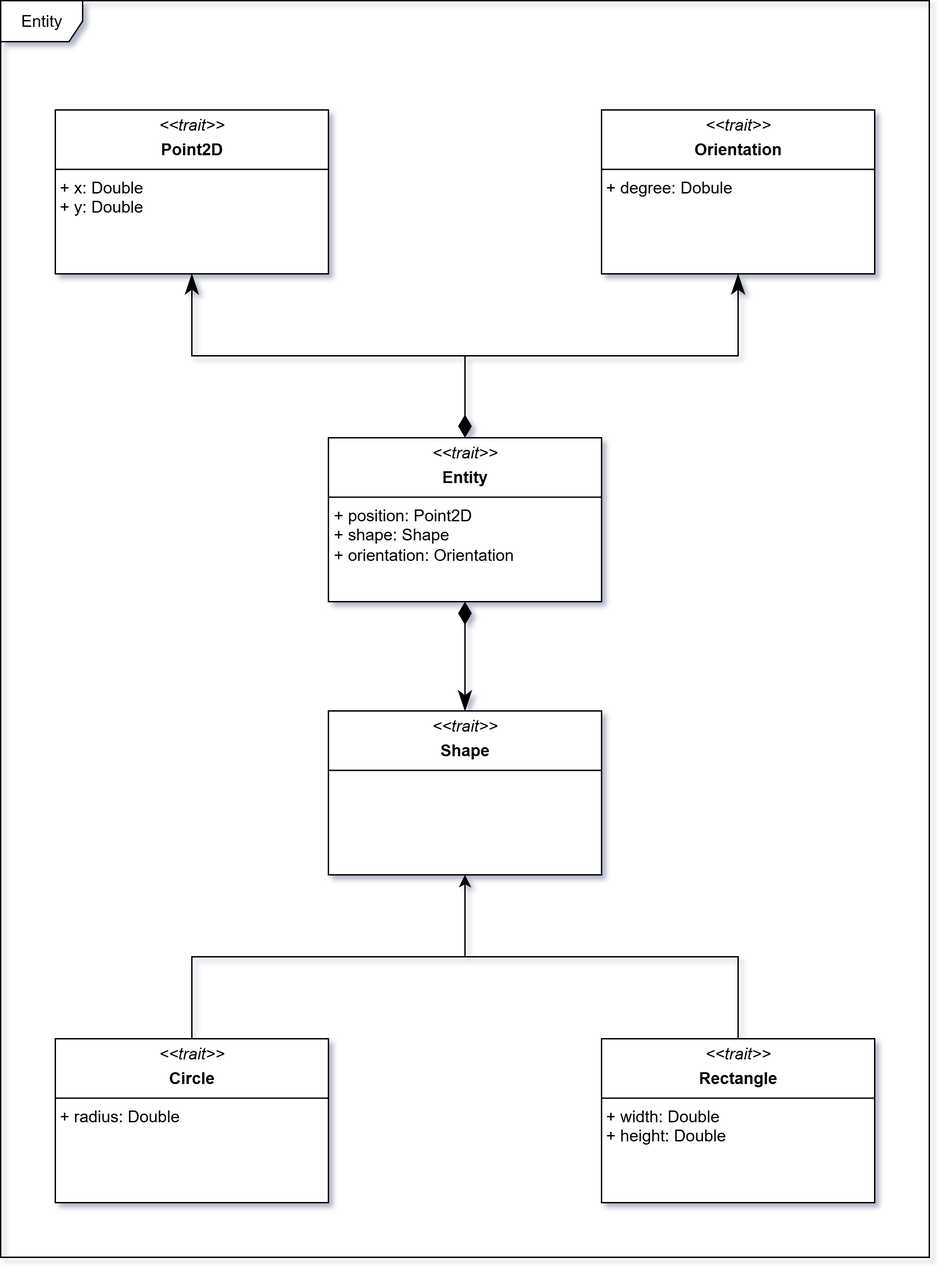
Before: docs/static/img/04-detailed-design/entity.png, a diagram exported from draw.io (Scala-Robotics-Simulator/PPS-22-srs). Source tidied: cells renumbered, new cells last; positions are measured from the earlier drawing's top-left corner, leaving out a move shared by most shapes.
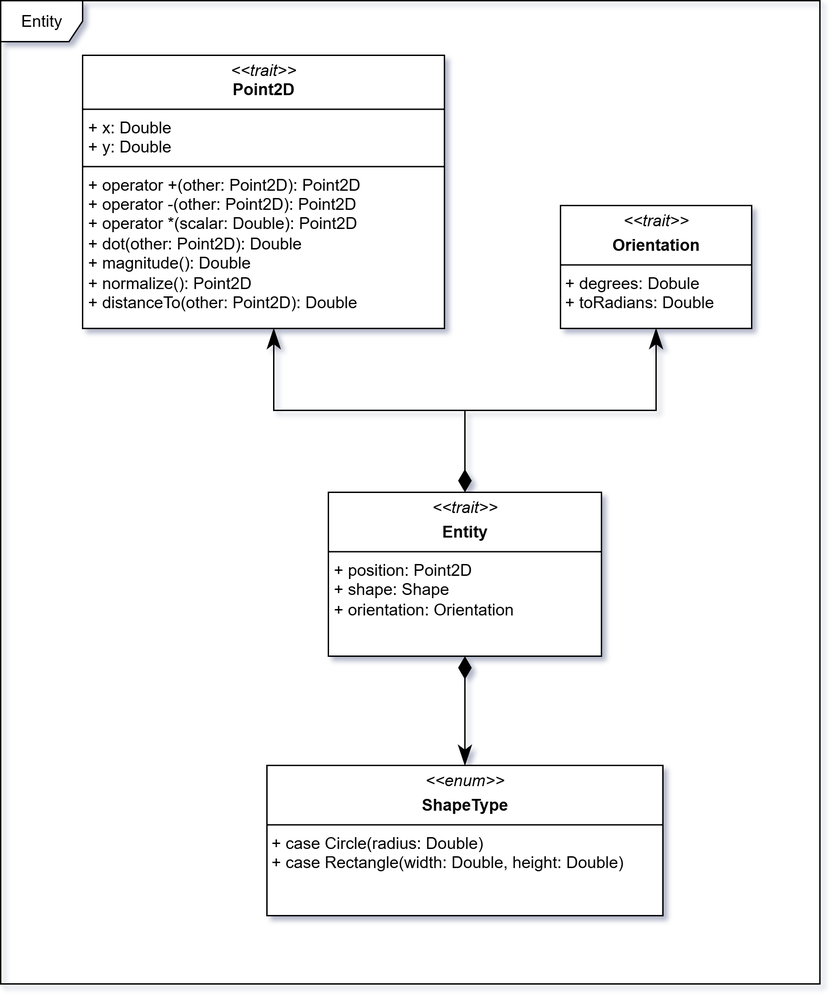
The same file after the commit.

What changed in the source:
```diff
@@ -2,51 +2,40 @@
   <root>
     <mxCell id="0" />
     <mxCell id="1" parent="0" />
-    <mxCell id="2" value="&lt;p style=&quot;margin:0px;margin-top:4px;text-align:center;&quot;&gt;&lt;i&gt;&amp;lt;&amp;lt;trait&amp;gt;&amp;gt;&lt;/i&gt;&lt;/p&gt;&lt;p style=&quot;margin:0px;margin-top:4px;text-align:center;&quot;&gt;&lt;b&gt;Shape&lt;/b&gt;&lt;/p&gt;&lt;hr size=&quot;1&quot; style=&quot;border-style:solid;&quot;&gt;&amp;nbsp;" style="verticalAlign=top;align=left;overflow=fill;html=1;whiteSpace=wrap;" parent="1" vertex="1">
-      <mxGeometry x="240" y="520" width="200" height="120" as="geometry" />
+    <mxCell id="2" value="&lt;p style=&quot;margin:0px;margin-top:4px;text-align:center;&quot;&gt;&lt;i&gt;&amp;lt;&amp;lt;enum&amp;gt;&amp;gt;&lt;/i&gt;&lt;/p&gt;&lt;p style=&quot;margin:0px;margin-top:4px;text-align:center;&quot;&gt;&lt;b&gt;ShapeType&lt;/b&gt;&lt;/p&gt;&lt;hr size=&quot;1&quot; style=&quot;border-style:solid;&quot;&gt;&amp;nbsp;+ case Circle(radius: Double)&lt;div&gt;&amp;nbsp;+ case Rectangle(width: Double, height: Double)&lt;/div&gt;" style="verticalAlign=top;align=left;overflow=fill;html=1;whiteSpace=wrap;" parent="1" vertex="1">
+      <mxGeometry x="195" y="520" width="290" height="110" as="geometry" />
     </mxCell>
-    <mxCell id="3" style="edgeStyle=orthogonalEdgeStyle;rounded=0;jettySize=auto;html=1;entryX=0.5;entryY=1;entryDx=0;entryDy=0;" parent="1" edge="1" source="4" target="2">
-      <mxGeometry relative="1" as="geometry" />
+    <mxCell id="3" value="&lt;p style=&quot;margin:0px;margin-top:4px;text-align:center;&quot;&gt;&lt;i&gt;&amp;lt;&amp;lt;trait&amp;gt;&amp;gt;&lt;/i&gt;&lt;/p&gt;&lt;p style=&quot;margin:0px;margin-top:4px;text-align:center;&quot;&gt;&lt;b&gt;Entity&lt;/b&gt;&lt;/p&gt;&lt;hr size=&quot;1&quot; style=&quot;border-style:solid;&quot;&gt;&lt;p style=&quot;margin:0px;margin-left:4px;&quot;&gt;+ position: Point2D&lt;/p&gt;&lt;p style=&quot;margin:0px;margin-left:4px;&quot;&gt;+ shape: Shape&lt;/p&gt;&lt;p style=&quot;margin:0px;margin-left:4px;&quot;&gt;+ orientation: Orientation&lt;/p&gt;" style="verticalAlign=top;align=left;overflow=fill;html=1;whiteSpace=wrap;" parent="1" vertex="1">
+      <mxGeometry x="240" y="320" width="200" height="120" as="geometry" />
     </mxCell>
-    <mxCell id="4" value="&lt;p style=&quot;margin:0px;margin-top:4px;text-align:center;&quot;&gt;&lt;i&gt;&amp;lt;&amp;lt;trait&amp;gt;&amp;gt;&lt;/i&gt;&lt;/p&gt;&lt;p style=&quot;margin:0px;margin-top:4px;text-align:center;&quot;&gt;&lt;b&gt;Circle&lt;/b&gt;&lt;/p&gt;&lt;hr size=&quot;1&quot; style=&quot;border-style:solid;&quot;&gt;&amp;nbsp;+ radius: Double" style="verticalAlign=top;align=left;overflow=fill;html=1;whiteSpace=wrap;" parent="1" vertex="1">
-      <mxGeometry x="40" y="760" width="200" height="120" as="geometry" />
+    <mxCell id="4" style="edgeStyle=orthogonalEdgeStyle;rounded=0;jettySize=auto;html=1;endArrow=none;endFill=0;startArrow=classicThin;startFill=1;startSize=12;endSize=12;exitX=0.5;exitY=1;exitDx=0;exitDy=0;" parent="1" edge="1" source="5">
+      <mxGeometry relative="1" as="geometry">
+        <mxPoint x="340" y="260" as="targetPoint" />
+        <Array as="points">
+          <mxPoint x="480" y="200" />
+          <mxPoint x="480" y="260" />
+        </Array>
+      </mxGeometry>
     </mxCell>
-    <mxCell id="5" style="edgeStyle=orthogonalEdgeStyle;rounded=0;jettySize=auto;html=1;exitX=0.5;exitY=0;exitDx=0;exitDy=0;endArrow=none;endFill=0;" parent="1" edge="1" source="6">
-      <mxGeometry relative="1" as="geometry">
-        <mxPoint x="340" y="700" as="targetPoint" />
-        <Array as="points">
-          <mxPoint x="540" y="700" />
-        </Array>
-      </mxGeometry>
+    <mxCell id="5" value="&lt;p style=&quot;margin:0px;margin-top:4px;text-align:center;&quot;&gt;&lt;i&gt;&amp;lt;&amp;lt;trait&amp;gt;&amp;gt;&lt;/i&gt;&lt;/p&gt;&lt;p style=&quot;margin:0px;margin-top:4px;text-align:center;&quot;&gt;&lt;b&gt;Orientation&lt;/b&gt;&lt;/p&gt;&lt;hr size=&quot;1&quot; style=&quot;border-style:solid;&quot;&gt;&amp;nbsp;+ degrees: Dobule&lt;div&gt;&amp;nbsp;+ toRadians: Double&amp;nbsp;&lt;/div&gt;" style="verticalAlign=top;align=left;overflow=fill;html=1;whiteSpace=wrap;" parent="1" vertex="1">
+      <mxGeometry x="410" y="110" width="140" height="90" as="geometry" />
     </mxCell>
-    <mxCell id="6" value="&lt;p style=&quot;margin:0px;margin-top:4px;text-align:center;&quot;&gt;&lt;i&gt;&amp;lt;&amp;lt;trait&amp;gt;&amp;gt;&lt;/i&gt;&lt;/p&gt;&lt;p style=&quot;margin:0px;margin-top:4px;text-align:center;&quot;&gt;&lt;b&gt;Rectangle&lt;/b&gt;&lt;/p&gt;&lt;hr size=&quot;1&quot; style=&quot;border-style:solid;&quot;&gt;&lt;div&gt;&amp;nbsp;+ width: Double&lt;/div&gt;&lt;div&gt;&amp;nbsp;+ height: Double&lt;/div&gt;" style="verticalAlign=top;align=left;overflow=fill;html=1;whiteSpace=wrap;" parent="1" vertex="1">
-      <mxGeometry x="440" y="760" width="200" height="120" as="geometry" />
+    <mxCell id="6" style="endArrow=classicThin;html=1;endSize=12;startArrow=diamondThin;startSize=14;startFill=1;edgeStyle=orthogonalEdgeStyle;align=left;verticalAlign=bottom;rounded=0;exitX=0.5;exitY=0;exitDx=0;exitDy=0;endFill=1;" parent="1" edge="1" source="3" target="9">
+      <mxGeometry x="-1" y="3" relative="1" as="geometry">
+        <Array as="points">
+          <mxPoint x="340" y="260" />
+          <mxPoint x="200" y="260" />
+        </Array>
+      </mxGeometry>
     </mxCell>
-    <mxCell id="7" value="&lt;p style=&quot;margin:0px;margin-top:4px;text-align:center;&quot;&gt;&lt;i&gt;&amp;lt;&amp;lt;trait&amp;gt;&amp;gt;&lt;/i&gt;&lt;/p&gt;&lt;p style=&quot;margin:0px;margin-top:4px;text-align:center;&quot;&gt;&lt;b&gt;Entity&lt;/b&gt;&lt;/p&gt;&lt;hr size=&quot;1&quot; style=&quot;border-style:solid;&quot;&gt;&lt;p style=&quot;margin:0px;margin-left:4px;&quot;&gt;+ position: Point2D&lt;/p&gt;&lt;p style=&quot;margin:0px;margin-left:4px;&quot;&gt;+ shape: Shape&lt;/p&gt;&lt;p style=&quot;margin:0px;margin-left:4px;&quot;&gt;+ orientation: Orientation&lt;/p&gt;" style="verticalAlign=top;align=left;overflow=fill;html=1;whiteSpace=wrap;" parent="1" vertex="1">
-      <mxGeometry x="240" y="320" width="200" height="120" as="geometry" />
+    <mxCell id="7" style="endArrow=classicThin;html=1;endSize=12;startArrow=diamondThin;startSize=14;startFill=1;edgeStyle=orthogonalEdgeStyle;align=left;verticalAlign=bottom;rounded=0;entryX=0.5;entryY=0;entryDx=0;entryDy=0;exitX=0.5;exitY=1;exitDx=0;exitDy=0;endFill=1;" parent="1" edge="1" source="3" target="2">
+      <mxGeometry x="-1" y="3" relative="1" as="geometry" />
     </mxCell>
-    <mxCell id="8" value="&lt;p style=&quot;margin:0px;margin-top:4px;text-align:center;&quot;&gt;&lt;i&gt;&amp;lt;&amp;lt;trait&amp;gt;&amp;gt;&lt;/i&gt;&lt;/p&gt;&lt;p style=&quot;margin:0px;margin-top:4px;text-align:center;&quot;&gt;&lt;b&gt;Point2D&lt;/b&gt;&lt;/p&gt;&lt;hr size=&quot;1&quot; style=&quot;border-style:solid;&quot;&gt;&lt;div&gt;&amp;nbsp;+ x: Double&lt;/div&gt;&lt;div&gt;&amp;nbsp;+ y: Double&lt;/div&gt;" style="verticalAlign=top;align=left;overflow=fill;html=1;whiteSpace=wrap;" parent="1" vertex="1">
-      <mxGeometry x="40" y="80" width="200" height="120" as="geometry" />
+    <mxCell id="8" value="Entity" style="shape=umlFrame;whiteSpace=wrap;html=1;" parent="1" vertex="1">
+      <mxGeometry y="-40" width="600" height="720" as="geometry" />
     </mxCell>
-    <mxCell id="9" style="edgeStyle=orthogonalEdgeStyle;rounded=0;jettySize=auto;html=1;endArrow=none;endFill=0;startArrow=classicThin;startFill=1;startSize=12;endSize=12;" parent="1" edge="1" source="10">
-      <mxGeometry relative="1" as="geometry">
-        <mxPoint x="340" y="260" as="targetPoint" />
-        <Array as="points">
-          <mxPoint x="540" y="260" />
-        </Array>
-      </mxGeometry>
+    <mxCell id="9" value="&lt;p style=&quot;margin:0px;margin-top:4px;text-align:center;&quot;&gt;&lt;i&gt;&amp;lt;&amp;lt;trait&amp;gt;&amp;gt;&lt;/i&gt;&lt;br&gt;&lt;b&gt;Point2D&lt;/b&gt;&lt;/p&gt;&lt;hr size=&quot;1&quot; style=&quot;border-style:solid;&quot;&gt;&lt;p style=&quot;margin:0px;margin-left:4px;&quot;&gt;+ x: Double&lt;/p&gt;&lt;p style=&quot;margin:0px;margin-left:4px;&quot;&gt;+ y: Double&lt;/p&gt;&lt;hr size=&quot;1&quot; style=&quot;border-style:solid;&quot;&gt;&lt;p style=&quot;margin:0px;margin-left:4px;&quot;&gt;+ operator +(other: Point2D): Point2D&lt;br style=&quot;padding: 0px; margin: 0px;&quot;&gt;+ operator -(other: Point2D): Point2D&lt;br style=&quot;padding: 0px; margin: 0px;&quot;&gt;+ operator *(scalar: Double): Point2D&lt;br style=&quot;padding: 0px; margin: 0px;&quot;&gt;+ dot(other: Point2D): Double&lt;br style=&quot;padding: 0px; margin: 0px;&quot;&gt;+ magnitude(): Double&lt;/p&gt;&lt;p style=&quot;margin:0px;margin-left:4px;&quot;&gt;+ normalize(): Point2D&amp;nbsp;&lt;br style=&quot;padding: 0px; margin: 0px;&quot;&gt;+ distanceTo(other: Point2D): Double&lt;/p&gt;" style="verticalAlign=top;align=left;overflow=fill;html=1;whiteSpace=wrap;" parent="1" vertex="1">
+      <mxGeometry x="60" width="265" height="200" as="geometry" />
     </mxCell>
-    <mxCell id="10" value="&lt;p style=&quot;margin:0px;margin-top:4px;text-align:center;&quot;&gt;&lt;i&gt;&amp;lt;&amp;lt;trait&amp;gt;&amp;gt;&lt;/i&gt;&lt;/p&gt;&lt;p style=&quot;margin:0px;margin-top:4px;text-align:center;&quot;&gt;&lt;b&gt;Orientation&lt;/b&gt;&lt;/p&gt;&lt;hr size=&quot;1&quot; style=&quot;border-style:solid;&quot;&gt;&amp;nbsp;+ degree: Dobule" style="verticalAlign=top;align=left;overflow=fill;html=1;whiteSpace=wrap;" parent="1" vertex="1">
-      <mxGeometry x="440" y="80" width="200" height="120" as="geometry" />
-    </mxCell>
-    <mxCell id="11" style="endArrow=classicThin;html=1;endSize=12;startArrow=diamondThin;startSize=14;startFill=1;edgeStyle=orthogonalEdgeStyle;align=left;verticalAlign=bottom;rounded=0;entryX=0.5;entryY=1;entryDx=0;entryDy=0;exitX=0.5;exitY=0;exitDx=0;exitDy=0;endFill=1;" parent="1" edge="1" source="7" target="8">
-      <mxGeometry x="-1" y="3" relative="1" as="geometry" />
-    </mxCell>
-    <mxCell id="12" style="endArrow=classicThin;html=1;endSize=12;startArrow=diamondThin;startSize=14;startFill=1;edgeStyle=orthogonalEdgeStyle;align=left;verticalAlign=bottom;rounded=0;entryX=0.5;entryY=0;entryDx=0;entryDy=0;exitX=0.5;exitY=1;exitDx=0;exitDy=0;endFill=1;" parent="1" edge="1" source="7" target="2">
-      <mxGeometry x="-1" y="3" relative="1" as="geometry" />
-    </mxCell>
-    <mxCell id="13" value="Entity" style="shape=umlFrame;whiteSpace=wrap;html=1;" parent="1" vertex="1">
-      <mxGeometry width="680" height="920" as="geometry" />
-    </mxCell>
   </root>
 </mxGraphModel>
```
